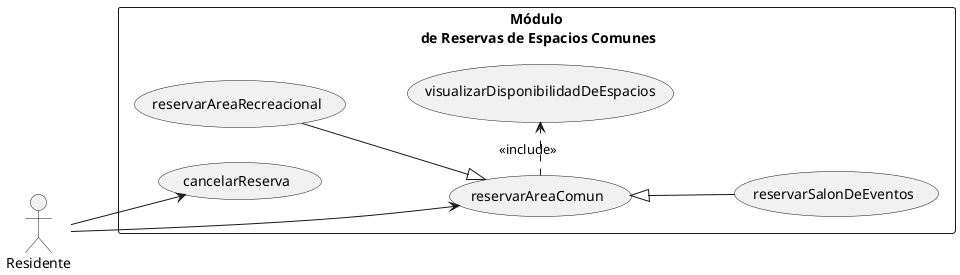
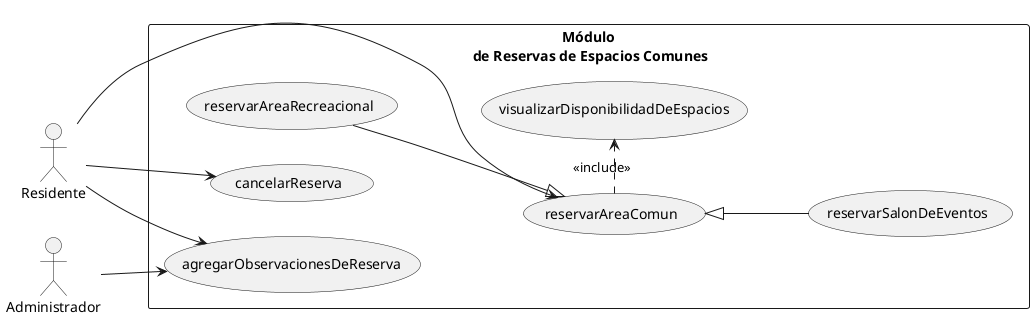
@startuml

left to right direction
skinparam packageStyle rectangle

' Esto fuerza a PlantUML a usar líneas rectas y ordenadas
skinparam linetype orthogonal

actor Residente
+ actor Administrador

rectangle "Módulo\n de Reservas de Espacios Comunes" {

    usecase "reservarAreaComun" as UC1
    usecase "reservarSalonDeEventos" as UC2
    usecase "reservarAreaRecreacional" as UC3
    usecase "visualizarDisponibilidadDeEspacios" as UC4
    usecase "cancelarReserva" as UC5
+     usecase "agregarObservacionesDeReserva" as UC6

    ' Definimos las herencias (las flechas irán limpias hacia la izquierda)
    UC2 -up-|> UC1
    UC3 -down-|> UC1

    ' El include se despliega hacia la derecha de forma lineal
    UC1 .right.> UC4 : <<include>>
}

' El actor se conecta de forma limpia a las opciones principales
Residente --> UC1
Residente --> UC5
+ Residente --> UC6
+ Administrador --> UC6

@enduml